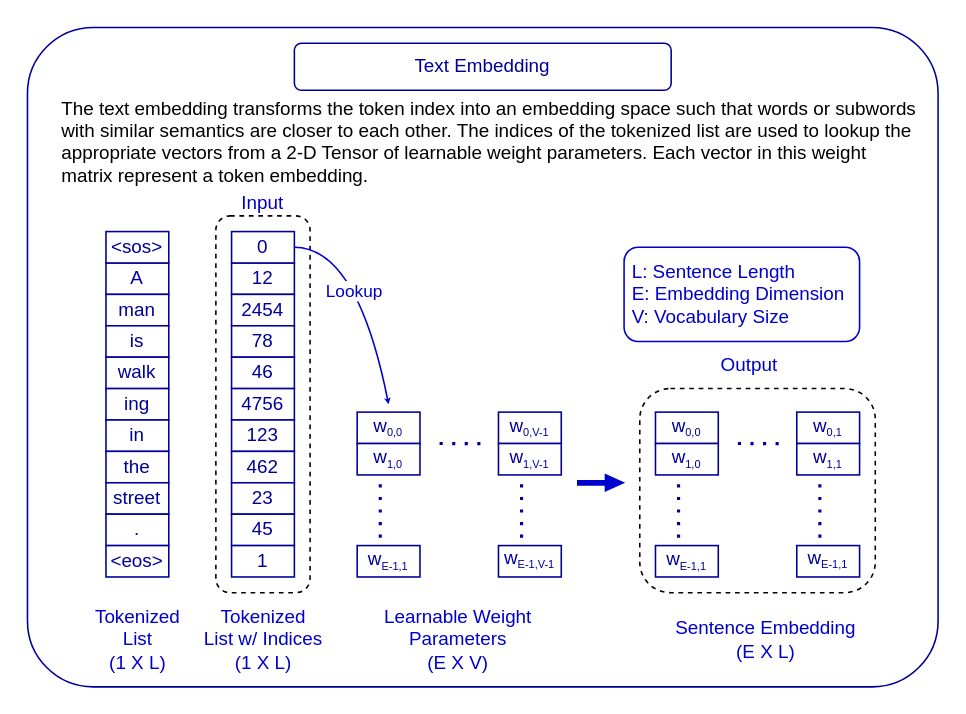
Earlier version of the draw.io diagram docs/assets/text_embedding.drawio (mathadoor/TransformerExposition). Source tidied: cells renumbered, new cells numbered last; positions are measured from the earlier drawing's top-left corner, leaving out a move shared by most shapes. Both pictures are drawn from the tidied source at 157%, with x=0, y=0 at pixel (27, 27).
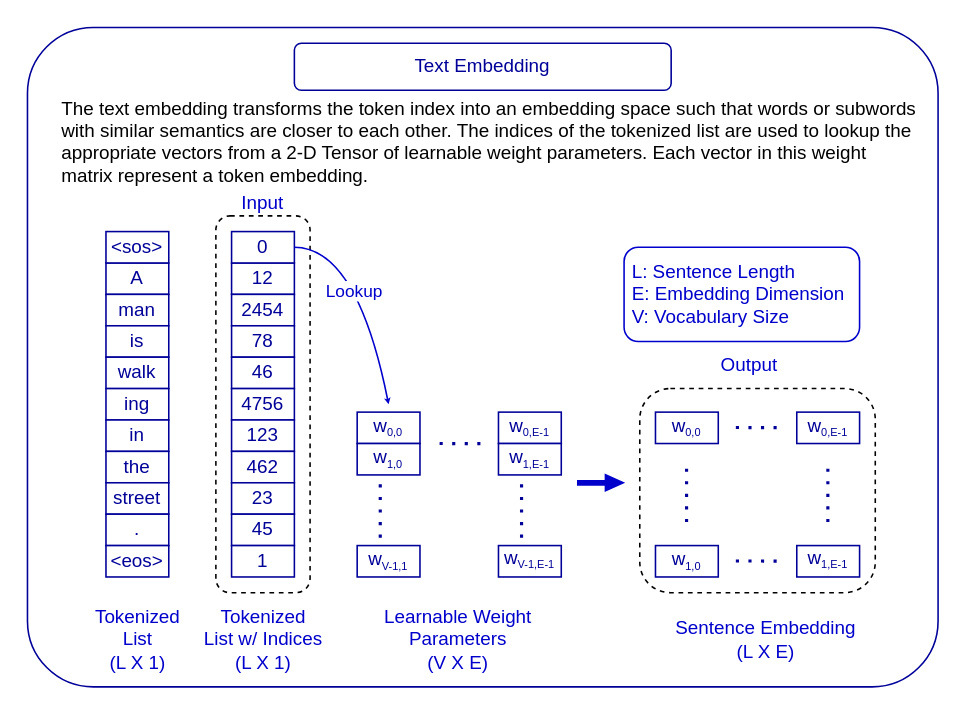
After the change.

Unchanged cells that the change refers to:
```xml
<mxCell id="6" style="group;" parent="1" vertex="1">
  <mxGeometry x="50" y="130" width="500" height="230" as="geometry" />
</mxCell>
```

Change to the diagram source:
```diff
@@
-    <mxCell id="34" value="&lt;font color=&quot;#000099&quot;&gt;w&lt;sub&gt;&lt;font style=&quot;font-size: 7px;&quot;&gt;E-1,1&lt;/font&gt;&lt;/sub&gt;&lt;/font&gt;" style="rounded=0;whiteSpace=wrap;html=1;strokeColor=#000099;" parent="6" vertex="1">
+    <mxCell id="34" value="&lt;font color=&quot;#000099&quot;&gt;w&lt;sub&gt;&lt;font style=&quot;font-size: 7px;&quot;&gt;V-1,1&lt;/font&gt;&lt;/sub&gt;&lt;/font&gt;" style="rounded=0;whiteSpace=wrap;html=1;strokeColor=#000099;" parent="6" vertex="1">
       <mxGeometry x="160" y="200" width="40" height="20" as="geometry" />
     </mxCell>
@@
-    <mxCell id="36" value="&lt;font color=&quot;#000099&quot;&gt;w&lt;sub&gt;&lt;font style=&quot;font-size: 7px;&quot;&gt;0,V-1&lt;/font&gt;&lt;/sub&gt;&lt;/font&gt;" style="rounded=0;whiteSpace=wrap;html=1;strokeColor=#000099;" parent="6" vertex="1">
+    <mxCell id="36" value="&lt;font color=&quot;#000099&quot;&gt;w&lt;sub&gt;&lt;font style=&quot;font-size: 7px;&quot;&gt;0,E-1&lt;/font&gt;&lt;/sub&gt;&lt;/font&gt;" style="rounded=0;whiteSpace=wrap;html=1;strokeColor=#000099;" parent="6" vertex="1">
       <mxGeometry x="250" y="115" width="40" height="20" as="geometry" />
     </mxCell>
-    <mxCell id="37" value="&lt;font color=&quot;#000099&quot;&gt;w&lt;sub&gt;&lt;font style=&quot;font-size: 7px;&quot;&gt;1,V-1&lt;/font&gt;&lt;/sub&gt;&lt;/font&gt;" style="rounded=0;whiteSpace=wrap;html=1;strokeColor=#000099;" parent="6" vertex="1">
+    <mxCell id="37" value="&lt;font color=&quot;#000099&quot;&gt;w&lt;sub&gt;&lt;font style=&quot;font-size: 7px;&quot;&gt;1,E-1&lt;/font&gt;&lt;/sub&gt;&lt;/font&gt;" style="rounded=0;whiteSpace=wrap;html=1;strokeColor=#000099;" parent="6" vertex="1">
       <mxGeometry x="250" y="135" width="40" height="20" as="geometry" />
     </mxCell>
-    <mxCell id="38" value="&lt;p style=&quot;line-height: 10%;&quot;&gt;&lt;font color=&quot;#000099&quot;&gt;w&lt;sub&gt;&lt;font style=&quot;font-size: 7px;&quot;&gt;E-1,V-1&lt;/font&gt;&lt;/sub&gt;&lt;/font&gt;&lt;/p&gt;" style="rounded=0;whiteSpace=wrap;html=1;strokeColor=#000099;" parent="6" vertex="1">
+    <mxCell id="38" value="&lt;p style=&quot;line-height: 10%;&quot;&gt;&lt;font color=&quot;#000099&quot;&gt;w&lt;sub&gt;&lt;font style=&quot;font-size: 7px;&quot;&gt;V-1,E-1&lt;/font&gt;&lt;/sub&gt;&lt;/font&gt;&lt;/p&gt;" style="rounded=0;whiteSpace=wrap;html=1;strokeColor=#000099;" parent="6" vertex="1">
       <mxGeometry x="250" y="200" width="40" height="20" as="geometry" />
     </mxCell>
@@
-    <mxCell id="43" value="&lt;font color=&quot;#000099&quot;&gt;w&lt;sub&gt;&lt;font style=&quot;font-size: 7px;&quot;&gt;1,0&lt;/font&gt;&lt;/sub&gt;&lt;/font&gt;" style="rounded=0;whiteSpace=wrap;html=1;strokeColor=#000099;" parent="6" vertex="1">
-      <mxGeometry x="350" y="135" width="40" height="20" as="geometry" />
-    </mxCell>
-    <mxCell id="44" value="&lt;font color=&quot;#000099&quot;&gt;w&lt;sub&gt;&lt;font style=&quot;font-size: 7px;&quot;&gt;E-1,1&lt;/font&gt;&lt;/sub&gt;&lt;/font&gt;" style="rounded=0;whiteSpace=wrap;html=1;strokeColor=#000099;" parent="6" vertex="1">
+    <mxCell id="44" value="&lt;font color=&quot;#000099&quot;&gt;w&lt;sub&gt;&lt;font style=&quot;font-size: 7px;&quot;&gt;1,0&lt;/font&gt;&lt;/sub&gt;&lt;/font&gt;" style="rounded=0;whiteSpace=wrap;html=1;strokeColor=#000099;" parent="6" vertex="1">
       <mxGeometry x="350" y="200" width="40" height="20" as="geometry" />
     </mxCell>
     <mxCell id="45" style="endArrow=none;dashed=1;html=1;dashPattern=1 3;strokeWidth=2;rounded=0;strokeColor=#000099;exitX=0.5;exitY=0;exitDx=0;exitDy=0;entryX=0.5;entryY=1;entryDx=0;entryDy=0;" parent="6" edge="1">
       <mxGeometry relative="1" as="geometry">
-        <mxPoint x="364.7" y="195" as="sourcePoint" />
-        <mxPoint x="364.7" y="155" as="targetPoint" />
+        <mxPoint x="369.8" y="185" as="sourcePoint" />
+        <mxPoint x="369.8" y="145" as="targetPoint" />
       </mxGeometry>
     </mxCell>
-    <mxCell id="46" value="&lt;font color=&quot;#000099&quot;&gt;w&lt;sub&gt;&lt;font style=&quot;font-size: 7px;&quot;&gt;0,1&lt;/font&gt;&lt;/sub&gt;&lt;/font&gt;" style="rounded=0;whiteSpace=wrap;html=1;strokeColor=#000099;" parent="6" vertex="1">
+    <mxCell id="46" value="&lt;font color=&quot;#000099&quot;&gt;w&lt;sub&gt;&lt;font style=&quot;font-size: 7px;&quot;&gt;0,E-1&lt;/font&gt;&lt;/sub&gt;&lt;/font&gt;" style="rounded=0;whiteSpace=wrap;html=1;strokeColor=#000099;" parent="6" vertex="1">
       <mxGeometry x="440" y="115" width="40" height="20" as="geometry" />
     </mxCell>
-    <mxCell id="47" value="&lt;font color=&quot;#000099&quot;&gt;w&lt;sub&gt;&lt;font style=&quot;font-size: 7px;&quot;&gt;1,1&lt;/font&gt;&lt;/sub&gt;&lt;/font&gt;" style="rounded=0;whiteSpace=wrap;html=1;strokeColor=#000099;" parent="6" vertex="1">
-      <mxGeometry x="440" y="135" width="40" height="20" as="geometry" />
-    </mxCell>
-    <mxCell id="48" value="&lt;p style=&quot;line-height: 10%;&quot;&gt;&lt;font color=&quot;#000099&quot;&gt;w&lt;sub&gt;&lt;font style=&quot;font-size: 7px;&quot;&gt;E-1,1&lt;/font&gt;&lt;/sub&gt;&lt;/font&gt;&lt;/p&gt;" style="rounded=0;whiteSpace=wrap;html=1;strokeColor=#000099;" parent="6" vertex="1">
+    <mxCell id="48" value="&lt;p style=&quot;line-height: 10%;&quot;&gt;&lt;font color=&quot;#000099&quot;&gt;w&lt;sub&gt;&lt;font style=&quot;font-size: 7px;&quot;&gt;1,E-1&lt;/font&gt;&lt;/sub&gt;&lt;/font&gt;&lt;/p&gt;" style="rounded=0;whiteSpace=wrap;html=1;strokeColor=#000099;" parent="6" vertex="1">
       <mxGeometry x="440" y="200" width="40" height="20" as="geometry" />
     </mxCell>
     <mxCell id="49" style="endArrow=none;dashed=1;html=1;dashPattern=1 3;strokeWidth=2;rounded=0;strokeColor=#000099;exitX=0.5;exitY=0;exitDx=0;exitDy=0;entryX=0.5;entryY=1;entryDx=0;entryDy=0;" parent="6" edge="1">
       <mxGeometry relative="1" as="geometry">
-        <mxPoint x="454.7" y="195" as="sourcePoint" />
-        <mxPoint x="454.7" y="155" as="targetPoint" />
+        <mxPoint x="459.8" y="185" as="sourcePoint" />
+        <mxPoint x="459.8" y="145" as="targetPoint" />
       </mxGeometry>
     </mxCell>
     <mxCell id="50" style="endArrow=none;dashed=1;html=1;dashPattern=1 3;strokeWidth=2;rounded=0;strokeColor=#000099;" parent="6" edge="1">
       <mxGeometry relative="1" as="geometry">
-        <mxPoint x="402.5" y="135" as="sourcePoint" />
-        <mxPoint x="430" y="135.1" as="targetPoint" />
+        <mxPoint x="401.2" y="124.8" as="sourcePoint" />
+        <mxPoint x="428.8" y="124.9" as="targetPoint" />
       </mxGeometry>
     </mxCell>
+    <mxCell id="58" style="endArrow=none;dashed=1;html=1;dashPattern=1 3;strokeWidth=2;rounded=0;strokeColor=#000099;" parent="6" edge="1">
+      <mxGeometry relative="1" as="geometry">
+        <mxPoint x="401.2" y="209.8" as="sourcePoint" />
+        <mxPoint x="428.8" y="209.9" as="targetPoint" />
+      </mxGeometry>
+    </mxCell>
-    <mxCell id="51" value="&lt;font color=&quot;#0000cc&quot;&gt;Tokenized&lt;br&gt;List&lt;br&gt;(1 X L)&lt;br&gt;&lt;/font&gt;" style="text;html=1;align=center;verticalAlign=middle;strokeColor=none;fillColor=none;" parent="1" vertex="1">
+    <mxCell id="51" value="&lt;font color=&quot;#0000cc&quot;&gt;Tokenized&lt;br&gt;List&lt;br&gt;(L X 1)&lt;br&gt;&lt;/font&gt;" style="text;html=1;align=center;verticalAlign=middle;strokeColor=none;fillColor=none;" parent="1" vertex="1">
       <mxGeometry x="30" y="360" width="80" height="60" as="geometry" />
     </mxCell>
-    <mxCell id="52" value="&lt;font color=&quot;#0000cc&quot;&gt;Tokenized&lt;br&gt;List w/ Indices&lt;br&gt;(1 X L)&lt;br&gt;&lt;/font&gt;" style="text;html=1;align=center;verticalAlign=middle;strokeColor=none;fillColor=none;" parent="1" vertex="1">
+    <mxCell id="52" value="&lt;font color=&quot;#0000cc&quot;&gt;Tokenized&lt;br&gt;List w/ Indices&lt;br&gt;(L X 1)&lt;br&gt;&lt;/font&gt;" style="text;html=1;align=center;verticalAlign=middle;strokeColor=none;fillColor=none;" parent="1" vertex="1">
       <mxGeometry x="100" y="360" width="100" height="60" as="geometry" />
     </mxCell>
-    <mxCell id="53" value="&lt;font color=&quot;#0000cc&quot;&gt;Learnable Weight &lt;br&gt;Parameters&lt;br&gt;(E X V)&lt;br&gt;&lt;/font&gt;" style="text;html=1;align=center;verticalAlign=middle;strokeColor=none;fillColor=none;" parent="1" vertex="1">
+    <mxCell id="53" value="&lt;font color=&quot;#0000cc&quot;&gt;Learnable Weight &lt;br&gt;Parameters&lt;br&gt;(V X E)&lt;br&gt;&lt;/font&gt;" style="text;html=1;align=center;verticalAlign=middle;strokeColor=none;fillColor=none;" parent="1" vertex="1">
       <mxGeometry x="214" y="360" width="120" height="60" as="geometry" />
     </mxCell>
-    <mxCell id="54" value="&lt;font color=&quot;#0000cc&quot;&gt;Sentence Embedding&lt;br&gt;(E X L)&lt;br&gt;&lt;/font&gt;" style="text;html=1;align=center;verticalAlign=middle;strokeColor=none;fillColor=none;" parent="1" vertex="1">
+    <mxCell id="54" value="&lt;font color=&quot;#0000cc&quot;&gt;Sentence Embedding&lt;br&gt;(L X E)&lt;br&gt;&lt;/font&gt;" style="text;html=1;align=center;verticalAlign=middle;strokeColor=none;fillColor=none;" parent="1" vertex="1">
       <mxGeometry x="400" y="370" width="140" height="40" as="geometry" />
     </mxCell>
```
